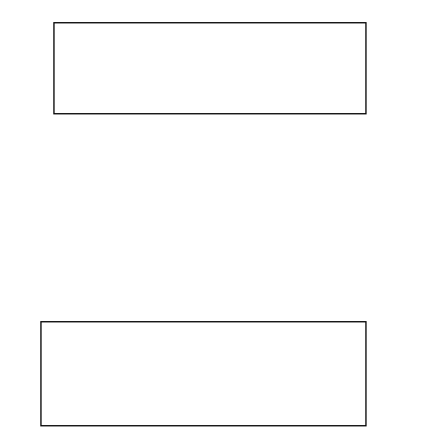
yanglei1992/documents keeps this draw.io diagram as yzs/PIS服务器部署.drawio. Above is the earlier version. Source tidied: cells renumbered, new cells numbered last; positions are measured from the earlier drawing's top-left corner, leaving out a move shared by most shapes. Both pictures are drawn from the tidied source at 130%, with x=0, y=0 at pixel (40, 22).
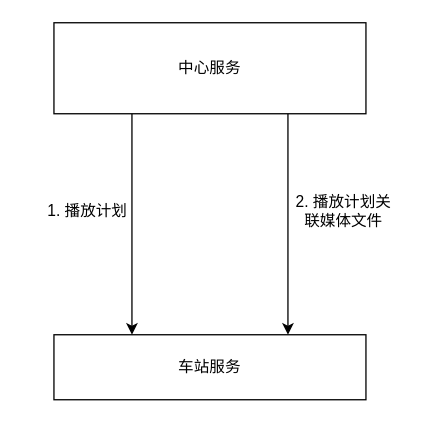
After the change.

Commit message:
更新PIS服务器部署.drawio

What changed in the source:
```diff
@@
 <mxGraphModel>
   <root>
     <mxCell id="0" />
     <mxCell id="1" parent="0" />
+    <mxCell id="4" style="edgeStyle=orthogonalEdgeStyle;rounded=0;jettySize=auto;html=1;exitX=0.25;exitY=1;exitDx=0;exitDy=0;entryX=0.25;entryY=0;entryDx=0;entryDy=0;" parent="1" edge="1" source="2" target="6">
+      <mxGeometry relative="1" as="geometry" />
+    </mxCell>
+    <mxCell id="5" style="edgeStyle=orthogonalEdgeStyle;rounded=0;jettySize=auto;html=1;exitX=0.75;exitY=1;exitDx=0;exitDy=0;entryX=0.75;entryY=0;entryDx=0;entryDy=0;" parent="1" edge="1" source="2" target="6">
+      <mxGeometry relative="1" as="geometry" />
+    </mxCell>
-    <mxCell id="2" style="rounded=0;whiteSpace=wrap;html=1;" parent="1" vertex="1">
+    <mxCell id="2" value="中心服务" style="rounded=0;whiteSpace=wrap;html=1;" parent="1" vertex="1">
       <mxGeometry x="10" width="240" height="70" as="geometry" />
     </mxCell>
-    <mxCell id="3" style="rounded=0;whiteSpace=wrap;html=1;" parent="1" vertex="1">
-      <mxGeometry y="230" width="250" height="80" as="geometry" />
-    </mxCell>
+    <mxCell id="6" value="车站服务" style="rounded=0;whiteSpace=wrap;html=1;" parent="1" vertex="1">
+      <mxGeometry x="10" y="240" width="240" height="50" as="geometry" />
+    </mxCell>
+    <mxCell id="7" value="1. 播放计划" style="text;html=1;strokeColor=none;fillColor=none;align=center;verticalAlign=middle;whiteSpace=wrap;rounded=0;" parent="1" vertex="1">
+      <mxGeometry x="-14" y="130" width="100" height="30" as="geometry" />
+    </mxCell>
+    <mxCell id="8" value="2. 播放计划关联媒体文件" style="text;html=1;strokeColor=none;fillColor=none;align=center;verticalAlign=middle;whiteSpace=wrap;rounded=0;" parent="1" vertex="1">
+      <mxGeometry x="190" y="130" width="86" height="30" as="geometry" />
+    </mxCell>
   </root>
 </mxGraphModel>
```
